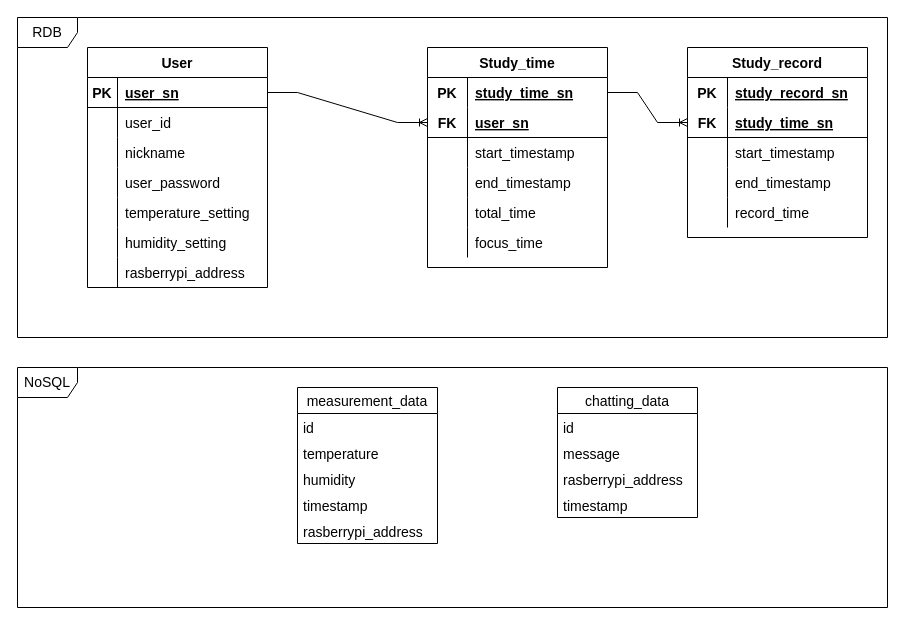
Earlier version of the draw.io diagram page "ERD" (11 of 11) of doc/UML.drawio (veryneuron/study_mate_project). Source tidied: cells renumbered, new cells numbered last; positions are measured from the earlier drawing's top-left corner, leaving out a move shared by most shapes. Both pictures are drawn from the tidied source at 100%, with x=0, y=0 at pixel (17, 17).
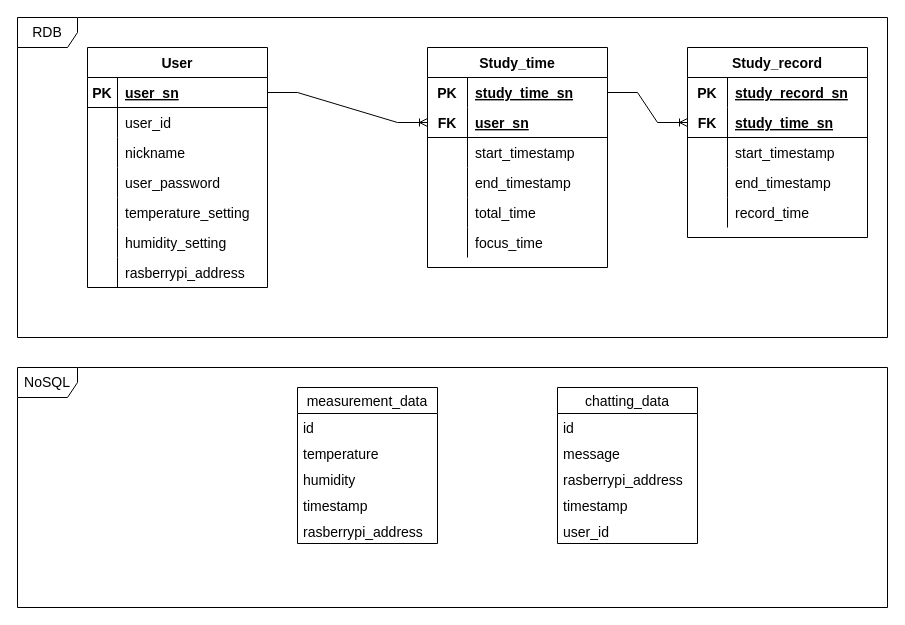
Above is the later version.

The edit, as a diff of the source:
```diff
@@
     <mxCell id="69" value="chatting_data" style="swimlane;fontStyle=0;horizontal=1;startSize=26;fillColor=none;fontSize=14;" parent="1" vertex="1">
-      <mxGeometry x="540" y="370" width="140" height="130" as="geometry" />
+      <mxGeometry x="540" y="370" width="140" height="156" as="geometry" />
     </mxCell>
@@
+    <mxCell id="78" value="user_id" style="text;strokeColor=none;fillColor=none;align=left;verticalAlign=top;spacingLeft=4;spacingRight=4;overflow=hidden;fontSize=14;" parent="69" vertex="1">
+      <mxGeometry y="130" width="140" height="26" as="geometry" />
+    </mxCell>
```
